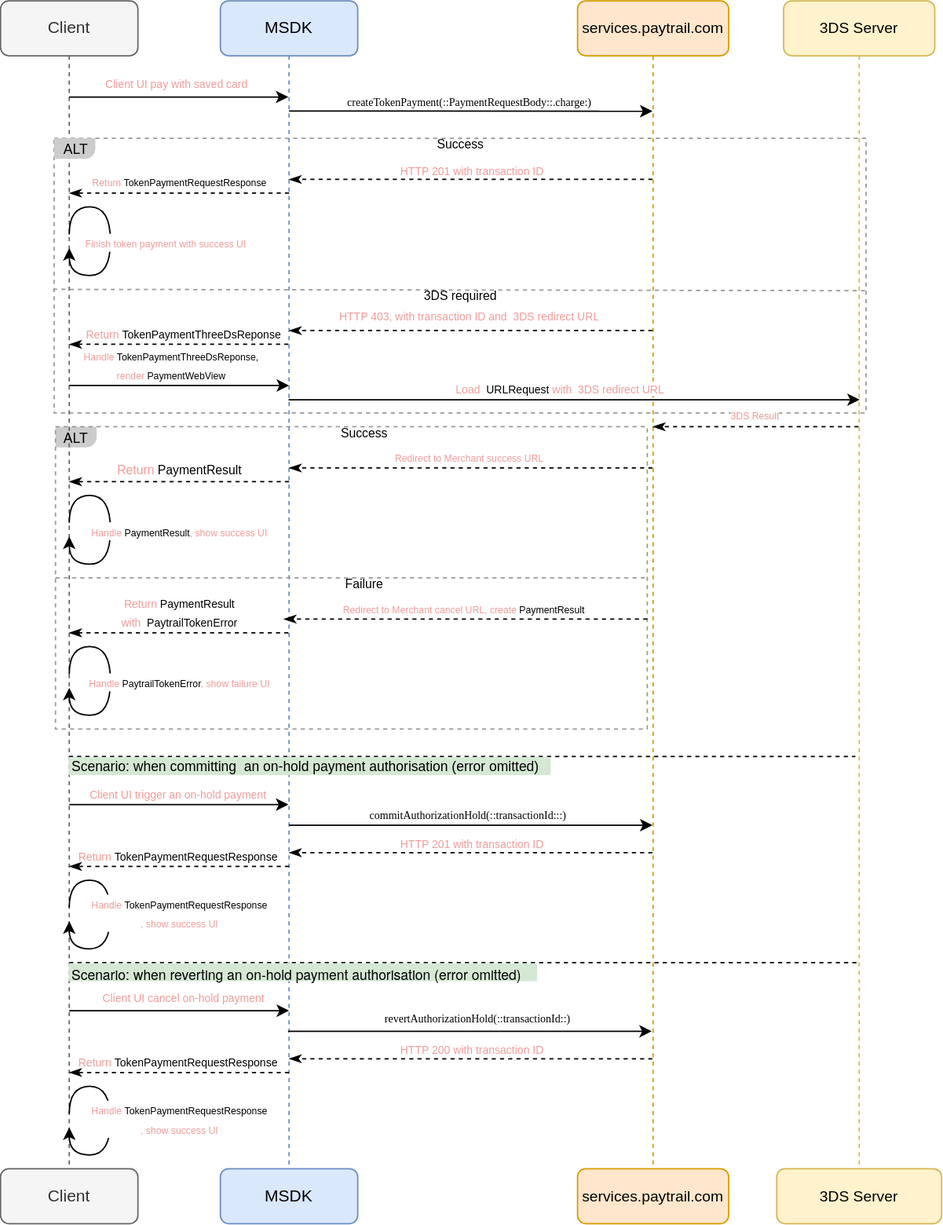
Earlier version of the draw.io export paytrail-ios-sdk/paytrail_ios_sdk_guide.docc/Resources/token_payment_apis_flow.svg (paytrail/paytrail-ios-sdk). Source tidied: cells renumbered, new cells last; positions are measured from the earlier drawing's top-left corner, leaving out a move shared by most shapes.
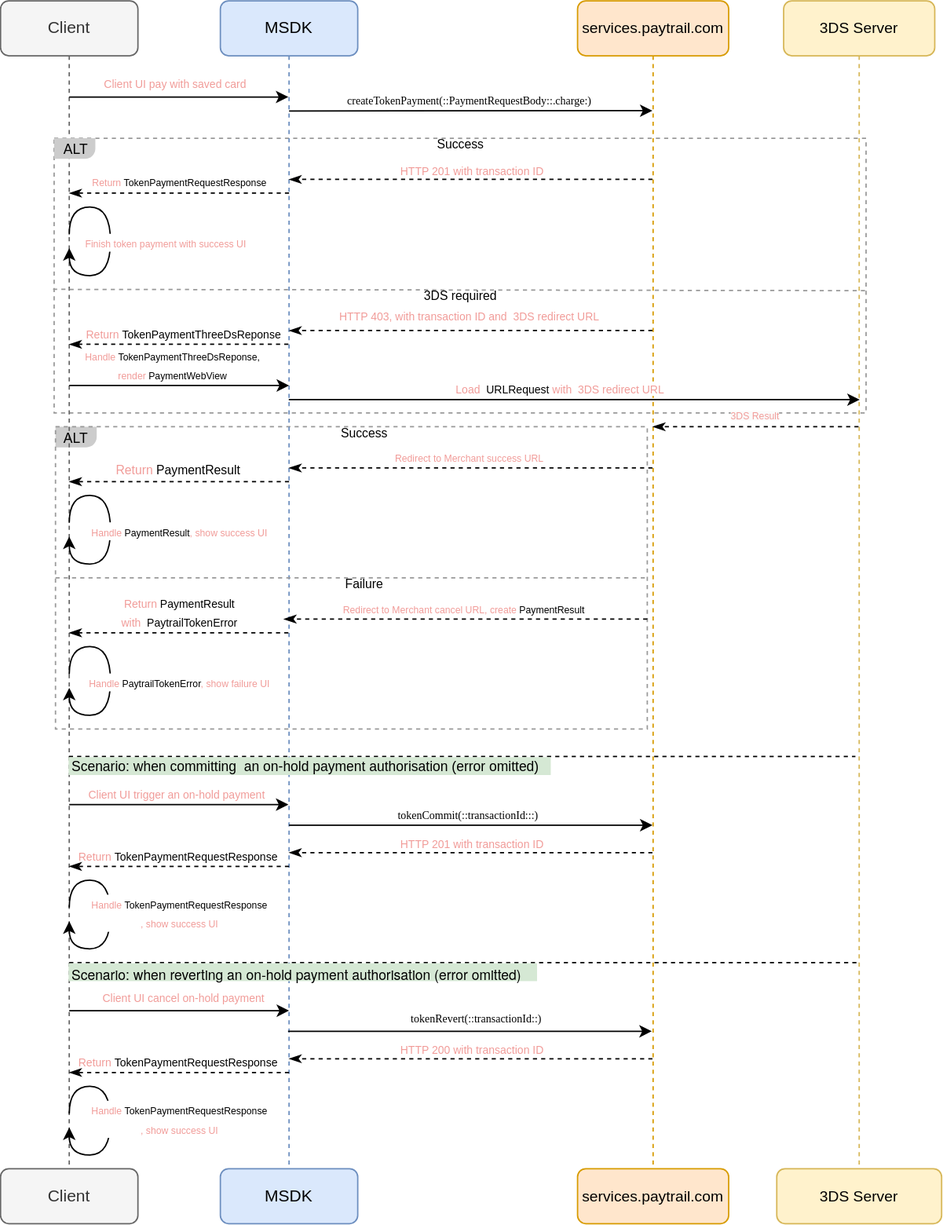
After the commit.

Commit message:
Update sdk guide

Diff of the diagram source:
```diff
@@ -214,7 +214,7 @@
         <mxPoint x="474.5" y="600" as="targetPoint" />
       </mxGeometry>
     </mxCell>
-    <mxCell id="49" value="&lt;p style=&quot;border-color: var(--border-color); font-size: 9px; margin: 0px; font-stretch: normal; line-height: normal; font-family: Menlo;&quot;&gt;&lt;font style=&quot;border-color: var(--border-color); font-size: 8px;&quot;&gt;commitAuthorizationHold(::transactionId:::)&lt;/font&gt;&lt;/p&gt;&lt;p style=&quot;border-color: var(--border-color); font-size: 9px; margin: 0px; font-stretch: normal; line-height: normal; font-family: Menlo;&quot;&gt;&lt;font style=&quot;border-color: var(--border-color); font-size: 8px;&quot;&gt;&lt;/font&gt;&lt;/p&gt;" style="edgeLabel;html=1;align=center;verticalAlign=middle;" parent="48" vertex="1">
+    <mxCell id="49" value="&lt;p style=&quot;border-color: var(--border-color); font-size: 9px; margin: 0px; font-stretch: normal; line-height: normal; font-family: Menlo;&quot;&gt;&lt;font style=&quot;border-color: var(--border-color); font-size: 8px;&quot;&gt;tokenCommit(::transactionId:::)&lt;/font&gt;&lt;/p&gt;&lt;p style=&quot;border-color: var(--border-color); font-size: 9px; margin: 0px; font-stretch: normal; line-height: normal; font-family: Menlo;&quot;&gt;&lt;font style=&quot;border-color: var(--border-color); font-size: 8px;&quot;&gt;&lt;/font&gt;&lt;/p&gt;" style="edgeLabel;html=1;align=center;verticalAlign=middle;" parent="48" vertex="1">
       <mxGeometry x="-0.02" relative="1" as="geometry">
         <mxPoint y="-8" as="offset" />
       </mxGeometry>
@@ -269,7 +269,7 @@
         <mxPoint x="474" y="750" as="targetPoint" />
       </mxGeometry>
     </mxCell>
-    <mxCell id="59" value="&lt;p style=&quot;border-color: var(--border-color); margin: 0px; font-stretch: normal; line-height: normal; font-family: Menlo;&quot;&gt;&lt;font style=&quot;font-size: 8px;&quot;&gt;revertAuthorizationHold(::transactionId::)&lt;/font&gt;&lt;br style=&quot;font-size: 9px;&quot;&gt;&lt;/p&gt;&lt;p style=&quot;border-color: var(--border-color); font-size: 9px; margin: 0px; font-stretch: normal; line-height: normal; font-family: Menlo;&quot;&gt;&lt;font style=&quot;border-color: var(--border-color); font-size: 9px;&quot;&gt;&lt;/font&gt;&lt;/p&gt;" style="edgeLabel;html=1;align=center;verticalAlign=middle;fontSize=9;" parent="58" vertex="1">
+    <mxCell id="59" value="&lt;p style=&quot;border-color: var(--border-color); margin: 0px; font-stretch: normal; line-height: normal; font-family: Menlo;&quot;&gt;&lt;font style=&quot;font-size: 8px;&quot;&gt;tokenRevert(::transactionId::)&lt;/font&gt;&lt;br style=&quot;font-size: 9px;&quot;&gt;&lt;/p&gt;&lt;p style=&quot;border-color: var(--border-color); font-size: 9px; margin: 0px; font-stretch: normal; line-height: normal; font-family: Menlo;&quot;&gt;&lt;font style=&quot;border-color: var(--border-color); font-size: 9px;&quot;&gt;&lt;/font&gt;&lt;/p&gt;" style="edgeLabel;html=1;align=center;verticalAlign=middle;fontSize=9;" parent="58" vertex="1">
       <mxGeometry x="-0.02" relative="1" as="geometry">
         <mxPoint x="7" y="-10" as="offset" />
       </mxGeometry>
```
